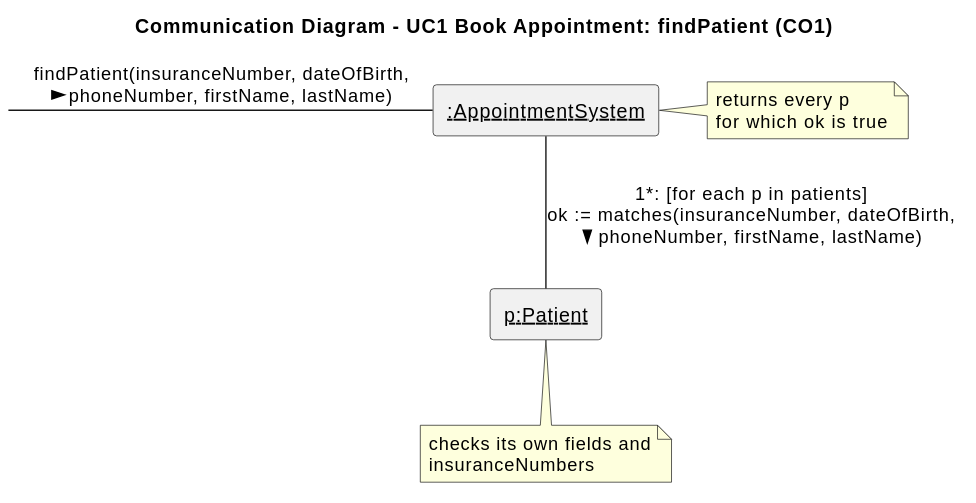
Above: docs/interaction-diagrams/book-appointment-find-patient.svg in rakib-akter/SOEN-342-Project (PlantUML), before the change.
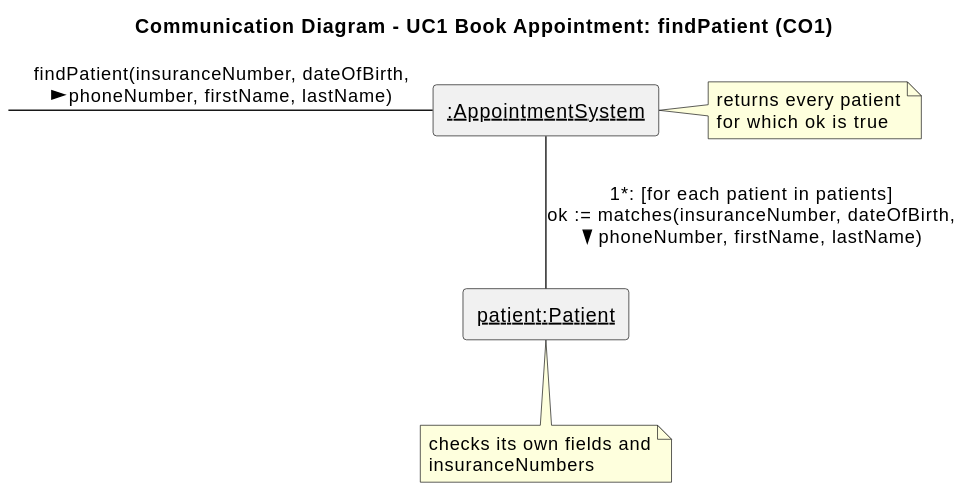
Above is the later version.

Commit message:
rename the short letters in the interaction diagrams and design notes to full names (p -> patient, h -> professional, l -> location etc) so its easier to read

Diff of the diagram source:
```diff
@@ -4,17 +4,17 @@
 
 label " " as start
 rectangle "<u>:AppointmentSystem</u>" as ctrl
-rectangle "<u>p:Patient</u>" as p
+rectangle "<u>patient:Patient</u>" as patient
 
 start -right- ctrl : "findPatient(insuranceNumber, dateOfBirth,\nphoneNumber, firstName, lastName) >"
-ctrl -- p : "1*: [for each p in patients]\nok := matches(insuranceNumber, dateOfBirth,\nphoneNumber, firstName, lastName) >"
+ctrl -- patient : "1*: [for each patient in patients]\nok := matches(insuranceNumber, dateOfBirth,\nphoneNumber, firstName, lastName) >"
 
 note right of ctrl
-  returns every p
+  returns every patient
   for which ok is true
 end note
 
-note bottom of p
+note bottom of patient
   checks its own fields and
   insuranceNumbers
 end note
```
